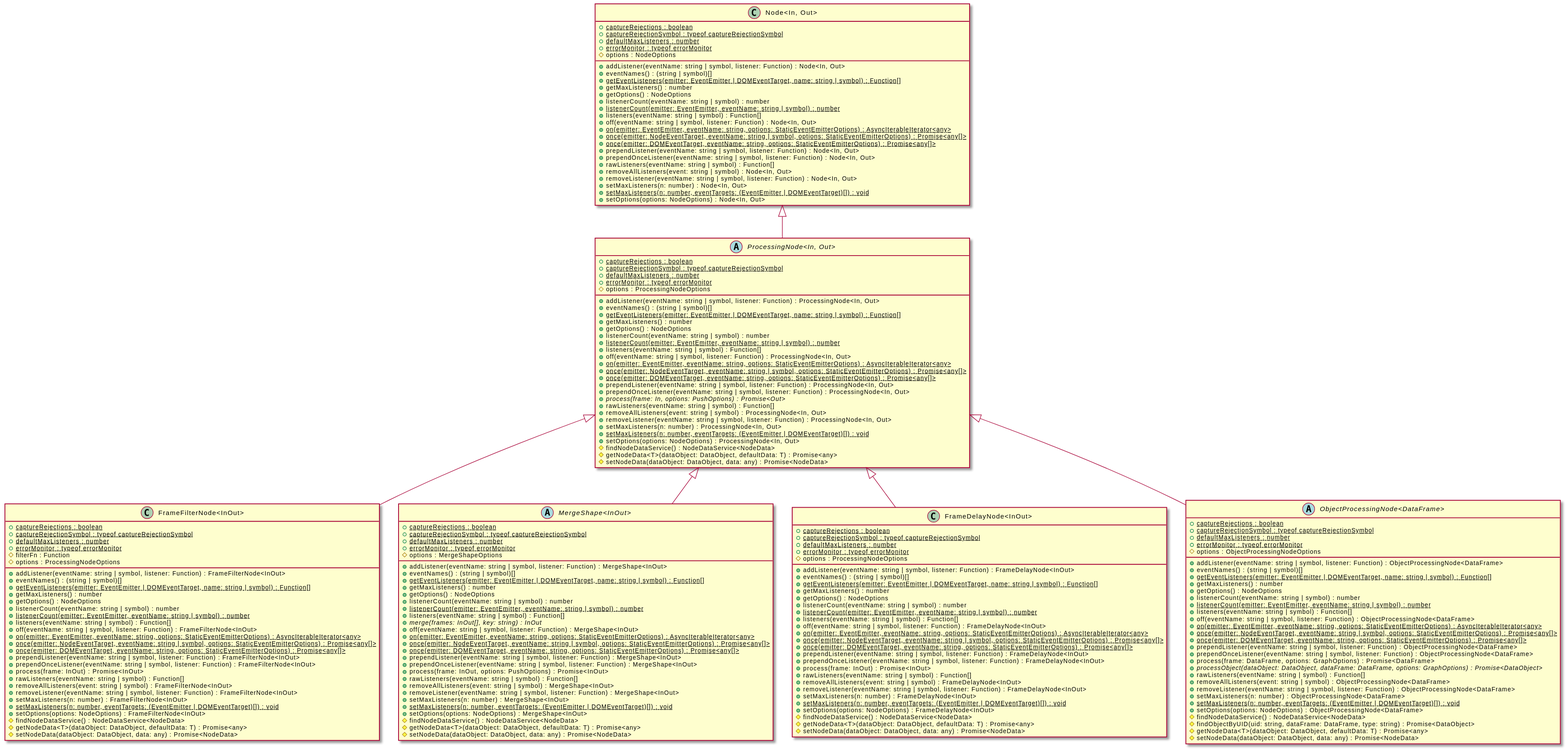
The PlantUML diagram assets/ProcessingNode-umlClassDiagram-12990.svg in OpenHPS/openhps-core, before a commit.
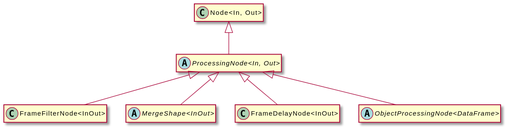
Later version of the same file.

Diff of the diagram source:
```diff
@@ -3,194 +3,20 @@
 hide empty methods
 hide empty fields
 abstract class "ProcessingNode<In, Out>" {
-    {static} +captureRejections : boolean
-    {static} +captureRejectionSymbol : typeof captureRejectionSymbol
-    {static} +defaultMaxListeners : number
-    {static} +errorMonitor : typeof errorMonitor
-    #options : ProcessingNodeOptions
-    +addListener(eventName: string | symbol, listener: Function) : ProcessingNode<In, Out>
-    +eventNames() : (string | symbol)[]
-    {static} +getEventListeners(emitter: EventEmitter | DOMEventTarget, name: string | symbol) : Function[]
-    +getMaxListeners() : number
-    +getOptions() : NodeOptions
-    +listenerCount(eventName: string | symbol) : number
-    {static} +listenerCount(emitter: EventEmitter, eventName: string | symbol) : number
-    +listeners(eventName: string | symbol) : Function[]
-    +off(eventName: string | symbol, listener: Function) : ProcessingNode<In, Out>
-    {static} +on(emitter: EventEmitter, eventName: string, options: StaticEventEmitterOptions) : AsyncIterableIterator<any>
-    {static} +once(emitter: NodeEventTarget, eventName: string | symbol, options: StaticEventEmitterOptions) : Promise<any[]>
-    {static} +once(emitter: DOMEventTarget, eventName: string, options: StaticEventEmitterOptions) : Promise<any[]>
-    +prependListener(eventName: string | symbol, listener: Function) : ProcessingNode<In, Out>
-    +prependOnceListener(eventName: string | symbol, listener: Function) : ProcessingNode<In, Out>
-    {abstract} +process(frame: In, options: PushOptions) : Promise<Out>
-    +rawListeners(eventName: string | symbol) : Function[]
-    +removeAllListeners(event: string | symbol) : ProcessingNode<In, Out>
-    +removeListener(eventName: string | symbol, listener: Function) : ProcessingNode<In, Out>
-    +setMaxListeners(n: number) : ProcessingNode<In, Out>
-    {static} +setMaxListeners(n: number, eventTargets: (EventEmitter | DOMEventTarget)[]) : void
-    +setOptions(options: NodeOptions) : ProcessingNode<In, Out>
-    #findNodeDataService() : NodeDataService<NodeData>
-    #getNodeData<T>(dataObject: DataObject, defaultData: T) : Promise<any>
-    #setNodeData(dataObject: DataObject, data: any) : Promise<NodeData>
 }
 class "Node<In, Out>" {
-    {static} +captureRejections : boolean
-    {static} +captureRejectionSymbol : typeof captureRejectionSymbol
-    {static} +defaultMaxListeners : number
-    {static} +errorMonitor : typeof errorMonitor
-    #options : NodeOptions
-    +addListener(eventName: string | symbol, listener: Function) : Node<In, Out>
-    +eventNames() : (string | symbol)[]
-    {static} +getEventListeners(emitter: EventEmitter | DOMEventTarget, name: string | symbol) : Function[]
-    +getMaxListeners() : number
-    +getOptions() : NodeOptions
-    +listenerCount(eventName: string | symbol) : number
-    {static} +listenerCount(emitter: EventEmitter, eventName: string | symbol) : number
-    +listeners(eventName: string | symbol) : Function[]
-    +off(eventName: string | symbol, listener: Function) : Node<In, Out>
-    {static} +on(emitter: EventEmitter, eventName: string, options: StaticEventEmitterOptions) : AsyncIterableIterator<any>
-    {static} +once(emitter: NodeEventTarget, eventName: string | symbol, options: StaticEventEmitterOptions) : Promise<any[]>
-    {static} +once(emitter: DOMEventTarget, eventName: string, options: StaticEventEmitterOptions) : Promise<any[]>
-    +prependListener(eventName: string | symbol, listener: Function) : Node<In, Out>
-    +prependOnceListener(eventName: string | symbol, listener: Function) : Node<In, Out>
-    +rawListeners(eventName: string | symbol) : Function[]
-    +removeAllListeners(event: string | symbol) : Node<In, Out>
-    +removeListener(eventName: string | symbol, listener: Function) : Node<In, Out>
-    +setMaxListeners(n: number) : Node<In, Out>
-    {static} +setMaxListeners(n: number, eventTargets: (EventEmitter | DOMEventTarget)[]) : void
-    +setOptions(options: NodeOptions) : Node<In, Out>
 }
 "Node<In, Out>" <|-- "ProcessingNode<In, Out>"
 class "FrameFilterNode<InOut>" {
-    {static} +captureRejections : boolean
-    {static} +captureRejectionSymbol : typeof captureRejectionSymbol
-    {static} +defaultMaxListeners : number
-    {static} +errorMonitor : typeof errorMonitor
-    #filterFn : Function
-    #options : ProcessingNodeOptions
-    +addListener(eventName: string | symbol, listener: Function) : FrameFilterNode<InOut>
-    +eventNames() : (string | symbol)[]
-    {static} +getEventListeners(emitter: EventEmitter | DOMEventTarget, name: string | symbol) : Function[]
-    +getMaxListeners() : number
-    +getOptions() : NodeOptions
-    +listenerCount(eventName: string | symbol) : number
-    {static} +listenerCount(emitter: EventEmitter, eventName: string | symbol) : number
-    +listeners(eventName: string | symbol) : Function[]
-    +off(eventName: string | symbol, listener: Function) : FrameFilterNode<InOut>
-    {static} +on(emitter: EventEmitter, eventName: string, options: StaticEventEmitterOptions) : AsyncIterableIterator<any>
-    {static} +once(emitter: NodeEventTarget, eventName: string | symbol, options: StaticEventEmitterOptions) : Promise<any[]>
-    {static} +once(emitter: DOMEventTarget, eventName: string, options: StaticEventEmitterOptions) : Promise<any[]>
-    +prependListener(eventName: string | symbol, listener: Function) : FrameFilterNode<InOut>
-    +prependOnceListener(eventName: string | symbol, listener: Function) : FrameFilterNode<InOut>
-    +process(frame: InOut) : Promise<InOut>
-    +rawListeners(eventName: string | symbol) : Function[]
-    +removeAllListeners(event: string | symbol) : FrameFilterNode<InOut>
-    +removeListener(eventName: string | symbol, listener: Function) : FrameFilterNode<InOut>
-    +setMaxListeners(n: number) : FrameFilterNode<InOut>
-    {static} +setMaxListeners(n: number, eventTargets: (EventEmitter | DOMEventTarget)[]) : void
-    +setOptions(options: NodeOptions) : FrameFilterNode<InOut>
-    #findNodeDataService() : NodeDataService<NodeData>
-    #getNodeData<T>(dataObject: DataObject, defaultData: T) : Promise<any>
-    #setNodeData(dataObject: DataObject, data: any) : Promise<NodeData>
 }
 "ProcessingNode<In, Out>" <|-- "FrameFilterNode<InOut>"
 abstract class "MergeShape<InOut>" {
-    {static} +captureRejections : boolean
-    {static} +captureRejectionSymbol : typeof captureRejectionSymbol
-    {static} +defaultMaxListeners : number
-    {static} +errorMonitor : typeof errorMonitor
-    #options : MergeShapeOptions
-    +addListener(eventName: string | symbol, listener: Function) : MergeShape<InOut>
-    +eventNames() : (string | symbol)[]
-    {static} +getEventListeners(emitter: EventEmitter | DOMEventTarget, name: string | symbol) : Function[]
-    +getMaxListeners() : number
-    +getOptions() : NodeOptions
-    +listenerCount(eventName: string | symbol) : number
-    {static} +listenerCount(emitter: EventEmitter, eventName: string | symbol) : number
-    +listeners(eventName: string | symbol) : Function[]
-    {abstract} +merge(frames: InOut[], key: string) : InOut
-    +off(eventName: string | symbol, listener: Function) : MergeShape<InOut>
-    {static} +on(emitter: EventEmitter, eventName: string, options: StaticEventEmitterOptions) : AsyncIterableIterator<any>
-    {static} +once(emitter: NodeEventTarget, eventName: string | symbol, options: StaticEventEmitterOptions) : Promise<any[]>
-    {static} +once(emitter: DOMEventTarget, eventName: string, options: StaticEventEmitterOptions) : Promise<any[]>
-    +prependListener(eventName: string | symbol, listener: Function) : MergeShape<InOut>
-    +prependOnceListener(eventName: string | symbol, listener: Function) : MergeShape<InOut>
-    +process(frame: InOut, options: PushOptions) : Promise<InOut>
-    +rawListeners(eventName: string | symbol) : Function[]
-    +removeAllListeners(event: string | symbol) : MergeShape<InOut>
-    +removeListener(eventName: string | symbol, listener: Function) : MergeShape<InOut>
-    +setMaxListeners(n: number) : MergeShape<InOut>
-    {static} +setMaxListeners(n: number, eventTargets: (EventEmitter | DOMEventTarget)[]) : void
-    +setOptions(options: NodeOptions) : MergeShape<InOut>
-    #findNodeDataService() : NodeDataService<NodeData>
-    #getNodeData<T>(dataObject: DataObject, defaultData: T) : Promise<any>
-    #setNodeData(dataObject: DataObject, data: any) : Promise<NodeData>
 }
 "ProcessingNode<In, Out>" <|-- "MergeShape<InOut>"
 class "FrameDelayNode<InOut>" {
-    {static} +captureRejections : boolean
-    {static} +captureRejectionSymbol : typeof captureRejectionSymbol
-    {static} +defaultMaxListeners : number
-    {static} +errorMonitor : typeof errorMonitor
-    #options : ProcessingNodeOptions
-    +addListener(eventName: string | symbol, listener: Function) : FrameDelayNode<InOut>
-    +eventNames() : (string | symbol)[]
-    {static} +getEventListeners(emitter: EventEmitter | DOMEventTarget, name: string | symbol) : Function[]
-    +getMaxListeners() : number
-    +getOptions() : NodeOptions
-    +listenerCount(eventName: string | symbol) : number
-    {static} +listenerCount(emitter: EventEmitter, eventName: string | symbol) : number
-    +listeners(eventName: string | symbol) : Function[]
-    +off(eventName: string | symbol, listener: Function) : FrameDelayNode<InOut>
-    {static} +on(emitter: EventEmitter, eventName: string, options: StaticEventEmitterOptions) : AsyncIterableIterator<any>
-    {static} +once(emitter: NodeEventTarget, eventName: string | symbol, options: StaticEventEmitterOptions) : Promise<any[]>
-    {static} +once(emitter: DOMEventTarget, eventName: string, options: StaticEventEmitterOptions) : Promise<any[]>
-    +prependListener(eventName: string | symbol, listener: Function) : FrameDelayNode<InOut>
-    +prependOnceListener(eventName: string | symbol, listener: Function) : FrameDelayNode<InOut>
-    +process(frame: InOut) : Promise<InOut>
-    +rawListeners(eventName: string | symbol) : Function[]
-    +removeAllListeners(event: string | symbol) : FrameDelayNode<InOut>
-    +removeListener(eventName: string | symbol, listener: Function) : FrameDelayNode<InOut>
-    +setMaxListeners(n: number) : FrameDelayNode<InOut>
-    {static} +setMaxListeners(n: number, eventTargets: (EventEmitter | DOMEventTarget)[]) : void
-    +setOptions(options: NodeOptions) : FrameDelayNode<InOut>
-    #findNodeDataService() : NodeDataService<NodeData>
-    #getNodeData<T>(dataObject: DataObject, defaultData: T) : Promise<any>
-    #setNodeData(dataObject: DataObject, data: any) : Promise<NodeData>
 }
 "ProcessingNode<In, Out>" <|-- "FrameDelayNode<InOut>"
 abstract class "ObjectProcessingNode<DataFrame>" {
-    {static} +captureRejections : boolean
-    {static} +captureRejectionSymbol : typeof captureRejectionSymbol
-    {static} +defaultMaxListeners : number
-    {static} +errorMonitor : typeof errorMonitor
-    #options : ObjectProcessingNodeOptions
-    +addListener(eventName: string | symbol, listener: Function) : ObjectProcessingNode<DataFrame>
-    +eventNames() : (string | symbol)[]
-    {static} +getEventListeners(emitter: EventEmitter | DOMEventTarget, name: string | symbol) : Function[]
-    +getMaxListeners() : number
-    +getOptions() : NodeOptions
-    +listenerCount(eventName: string | symbol) : number
-    {static} +listenerCount(emitter: EventEmitter, eventName: string | symbol) : number
-    +listeners(eventName: string | symbol) : Function[]
-    +off(eventName: string | symbol, listener: Function) : ObjectProcessingNode<DataFrame>
-    {static} +on(emitter: EventEmitter, eventName: string, options: StaticEventEmitterOptions) : AsyncIterableIterator<any>
-    {static} +once(emitter: NodeEventTarget, eventName: string | symbol, options: StaticEventEmitterOptions) : Promise<any[]>
-    {static} +once(emitter: DOMEventTarget, eventName: string, options: StaticEventEmitterOptions) : Promise<any[]>
-    +prependListener(eventName: string | symbol, listener: Function) : ObjectProcessingNode<DataFrame>
-    +prependOnceListener(eventName: string | symbol, listener: Function) : ObjectProcessingNode<DataFrame>
-    +process(frame: DataFrame, options: GraphOptions) : Promise<DataFrame>
-    {abstract} +processObject(dataObject: DataObject, dataFrame: DataFrame, options: GraphOptions) : Promise<DataObject>
-    +rawListeners(eventName: string | symbol) : Function[]
-    +removeAllListeners(event: string | symbol) : ObjectProcessingNode<DataFrame>
-    +removeListener(eventName: string | symbol, listener: Function) : ObjectProcessingNode<DataFrame>
-    +setMaxListeners(n: number) : ObjectProcessingNode<DataFrame>
-    {static} +setMaxListeners(n: number, eventTargets: (EventEmitter | DOMEventTarget)[]) : void
-    +setOptions(options: NodeOptions) : ObjectProcessingNode<DataFrame>
-    #findNodeDataService() : NodeDataService<NodeData>
-    #findObjectByUID(uid: string, dataFrame: DataFrame, type: string) : Promise<DataObject>
-    #getNodeData<T>(dataObject: DataObject, defaultData: T) : Promise<any>
-    #setNodeData(dataObject: DataObject, data: any) : Promise<NodeData>
 }
 "ProcessingNode<In, Out>" <|-- "ObjectProcessingNode<DataFrame>"
 @enduml
```
